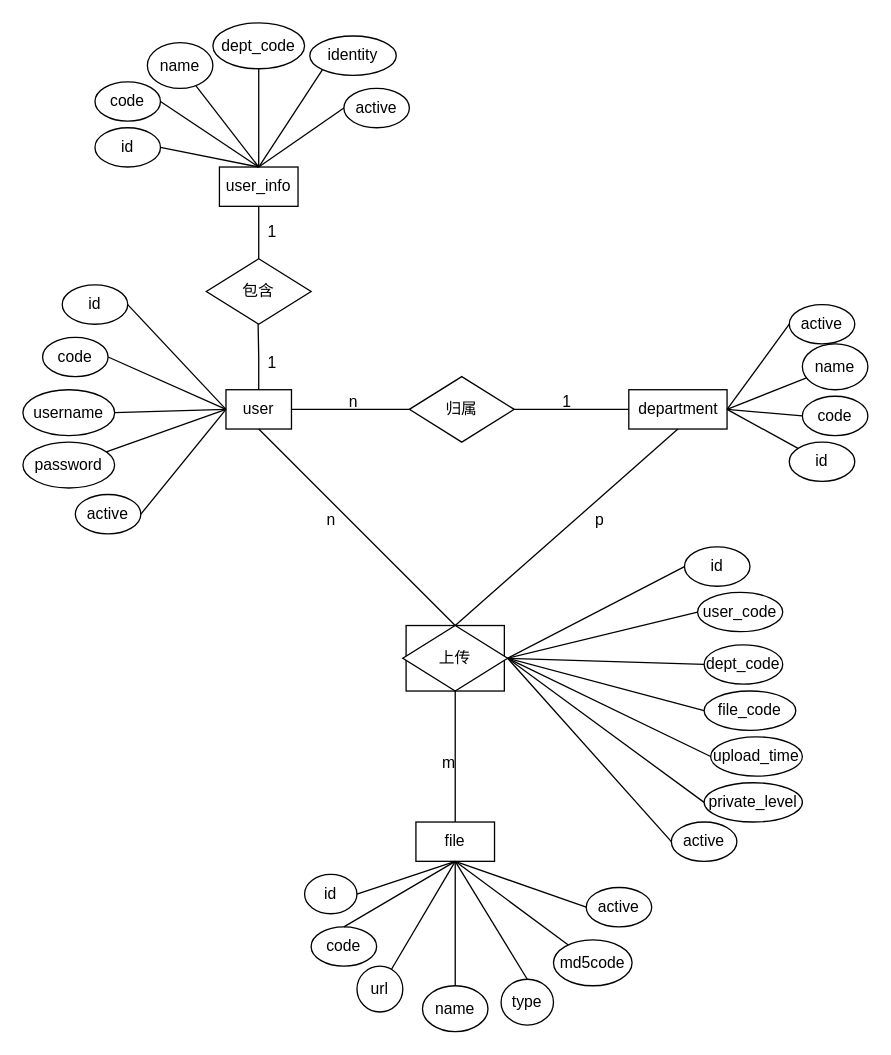
This is er2.drawio from ppp-203/ppp-203, a draw.io file, before an edit. Source tidied: cells renumbered, new cells numbered last; positions are measured from the earlier drawing's top-left corner, leaving out a move shared by most shapes. Both pictures are drawn from the tidied source at 131%, with x=0, y=0 at pixel (22, 22).
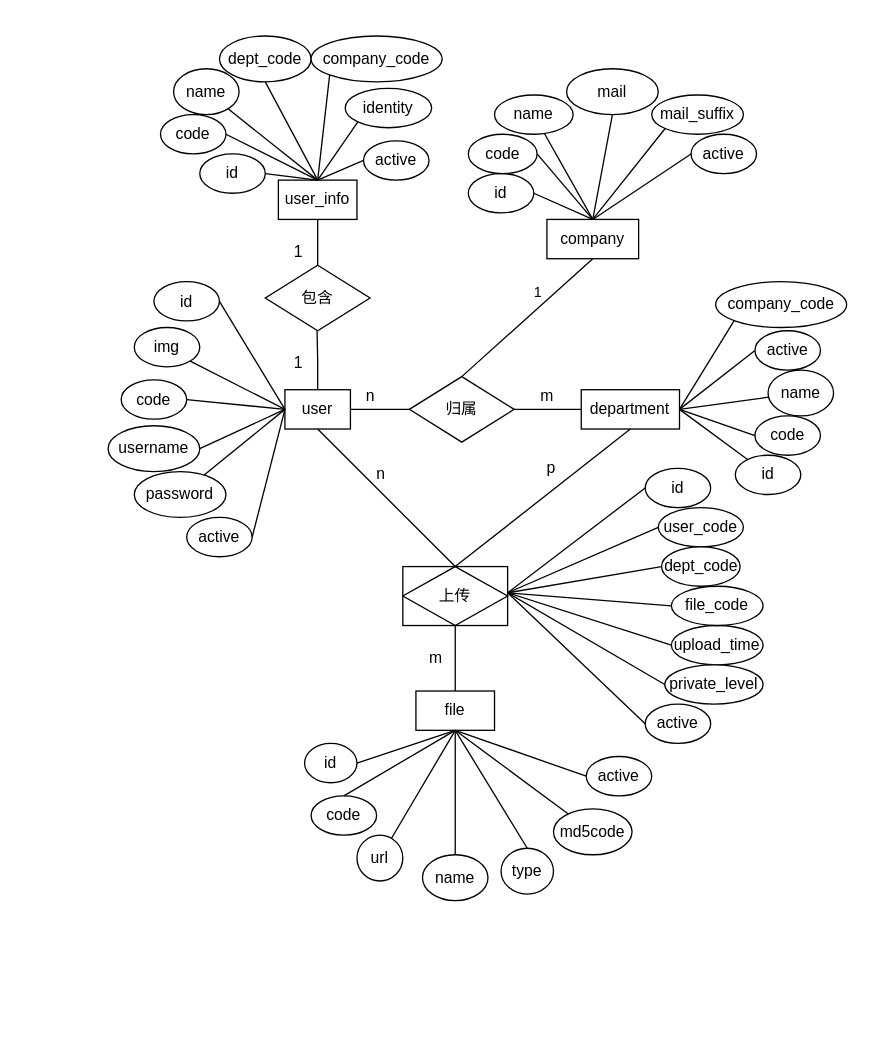
Above is the later version.

Unchanged cells that the change refers to:
```xml
<mxCell id="67" value="归属" style="rhombus;whiteSpace=wrap;html=1;" parent="1" vertex="1">
  <mxGeometry x="295" y="270" width="80" height="50" as="geometry" />
</mxCell>
```

The edit, as a diff of the source:
```diff
@@
     <mxCell id="2" value="user" style="rounded=0;whiteSpace=wrap;html=1;" parent="1" vertex="1">
-      <mxGeometry x="155" y="280" width="50" height="30" as="geometry" />
+      <mxGeometry x="200" y="280" width="50" height="30" as="geometry" />
     </mxCell>
     <mxCell id="3" value="id" style="ellipse;whiteSpace=wrap;html=1;" parent="1" vertex="1">
-      <mxGeometry x="30" y="200" width="50" height="30" as="geometry" />
+      <mxGeometry x="100" y="197.5" width="50" height="30" as="geometry" />
     </mxCell>
     <mxCell id="4" value="code" style="ellipse;whiteSpace=wrap;html=1;" parent="1" vertex="1">
-      <mxGeometry x="15" y="240" width="50" height="30" as="geometry" />
+      <mxGeometry x="75" y="272.5" width="50" height="30" as="geometry" />
     </mxCell>
     <mxCell id="5" value="username" style="ellipse;whiteSpace=wrap;html=1;" parent="1" vertex="1">
-      <mxGeometry y="280" width="70" height="35" as="geometry" />
+      <mxGeometry x="65" y="307.5" width="70" height="35" as="geometry" />
     </mxCell>
     <mxCell id="6" value="password" style="ellipse;whiteSpace=wrap;html=1;" parent="1" vertex="1">
-      <mxGeometry y="320" width="70" height="35" as="geometry" />
+      <mxGeometry x="85" y="342.5" width="70" height="35" as="geometry" />
     </mxCell>
     <mxCell id="7" value="active" style="ellipse;whiteSpace=wrap;html=1;" parent="1" vertex="1">
-      <mxGeometry x="40" y="360" width="50" height="30" as="geometry" />
+      <mxGeometry x="125" y="377.5" width="50" height="30" as="geometry" />
     </mxCell>
@@
     <mxCell id="13" value="user_info" style="rounded=0;whiteSpace=wrap;html=1;" parent="1" vertex="1">
-      <mxGeometry x="150" y="110" width="60" height="30" as="geometry" />
+      <mxGeometry x="195" y="120" width="60" height="30" as="geometry" />
     </mxCell>
     <mxCell id="14" value="id" style="ellipse;whiteSpace=wrap;html=1;" parent="1" vertex="1">
-      <mxGeometry x="55" y="80" width="50" height="30" as="geometry" />
+      <mxGeometry x="135" y="100" width="50" height="30" as="geometry" />
     </mxCell>
     <mxCell id="15" value="code" style="ellipse;whiteSpace=wrap;html=1;" parent="1" vertex="1">
-      <mxGeometry x="55" y="45" width="50" height="30" as="geometry" />
+      <mxGeometry x="105" y="70" width="50" height="30" as="geometry" />
     </mxCell>
     <mxCell id="16" value="name" style="ellipse;whiteSpace=wrap;html=1;" parent="1" vertex="1">
-      <mxGeometry x="95" y="15" width="50" height="35" as="geometry" />
+      <mxGeometry x="115" y="35" width="50" height="35" as="geometry" />
     </mxCell>
     <mxCell id="17" value="identity" style="ellipse;whiteSpace=wrap;html=1;" parent="1" vertex="1">
-      <mxGeometry x="219" y="10" width="66" height="30" as="geometry" />
+      <mxGeometry x="246" y="50" width="66" height="30" as="geometry" />
     </mxCell>
     <mxCell id="18" value="active" style="ellipse;whiteSpace=wrap;html=1;" parent="1" vertex="1">
-      <mxGeometry x="245" y="50" width="50" height="30" as="geometry" />
+      <mxGeometry x="260" y="90" width="50" height="30" as="geometry" />
     </mxCell>
@@
     <mxCell id="24" value="dept_code" style="ellipse;whiteSpace=wrap;html=1;" parent="1" vertex="1">
-      <mxGeometry x="145" width="70" height="35" as="geometry" />
+      <mxGeometry x="150" y="10" width="70" height="35" as="geometry" />
     </mxCell>
@@
     <mxCell id="26" value="department" style="rounded=0;whiteSpace=wrap;html=1;" parent="1" vertex="1">
-      <mxGeometry x="462.5" y="280" width="75" height="30" as="geometry" />
+      <mxGeometry x="426.2" y="280" width="75" height="30" as="geometry" />
     </mxCell>
     <mxCell id="27" value="id" style="ellipse;whiteSpace=wrap;html=1;" parent="1" vertex="1">
-      <mxGeometry x="585" y="320" width="50" height="30" as="geometry" />
+      <mxGeometry x="543.8" y="330" width="50" height="30" as="geometry" />
     </mxCell>
     <mxCell id="28" value="code" style="ellipse;whiteSpace=wrap;html=1;" parent="1" vertex="1">
-      <mxGeometry x="595" y="285" width="50" height="30" as="geometry" />
+      <mxGeometry x="558.8" y="300" width="50" height="30" as="geometry" />
     </mxCell>
     <mxCell id="29" value="name" style="ellipse;whiteSpace=wrap;html=1;" parent="1" vertex="1">
-      <mxGeometry x="595" y="245" width="50" height="35" as="geometry" />
+      <mxGeometry x="568.8" y="265" width="50" height="35" as="geometry" />
     </mxCell>
     <mxCell id="30" value="active" style="ellipse;whiteSpace=wrap;html=1;" parent="1" vertex="1">
-      <mxGeometry x="585" y="215" width="50" height="30" as="geometry" />
+      <mxGeometry x="558.8" y="235" width="50" height="30" as="geometry" />
     </mxCell>
@@
     <mxCell id="35" value="file" style="rounded=0;whiteSpace=wrap;html=1;" parent="1" vertex="1">
-      <mxGeometry x="300" y="610" width="60" height="30" as="geometry" />
+      <mxGeometry x="300" y="510" width="60" height="30" as="geometry" />
     </mxCell>
     <mxCell id="36" value="id" style="ellipse;whiteSpace=wrap;html=1;" parent="1" vertex="1">
-      <mxGeometry x="215" y="650" width="40" height="30" as="geometry" />
+      <mxGeometry x="215" y="550" width="40" height="30" as="geometry" />
     </mxCell>
     <mxCell id="37" value="code" style="ellipse;whiteSpace=wrap;html=1;" parent="1" vertex="1">
-      <mxGeometry x="220" y="690" width="50" height="30" as="geometry" />
+      <mxGeometry x="220" y="590" width="50" height="30" as="geometry" />
     </mxCell>
     <mxCell id="38" value="url" style="ellipse;whiteSpace=wrap;html=1;" parent="1" vertex="1">
-      <mxGeometry x="255" y="720" width="35" height="35" as="geometry" />
+      <mxGeometry x="255" y="620" width="35" height="35" as="geometry" />
     </mxCell>
     <mxCell id="39" value="type" style="ellipse;whiteSpace=wrap;html=1;" parent="1" vertex="1">
-      <mxGeometry x="365" y="730" width="40" height="35" as="geometry" />
+      <mxGeometry x="365" y="630" width="40" height="35" as="geometry" />
     </mxCell>
     <mxCell id="40" value="active" style="ellipse;whiteSpace=wrap;html=1;" parent="1" vertex="1">
-      <mxGeometry x="430" y="660" width="50" height="30" as="geometry" />
+      <mxGeometry x="430" y="560" width="50" height="30" as="geometry" />
     </mxCell>
@@
     <mxCell id="46" value="name" style="ellipse;whiteSpace=wrap;html=1;" parent="1" vertex="1">
-      <mxGeometry x="305" y="735" width="50" height="35" as="geometry" />
+      <mxGeometry x="305" y="635" width="50" height="35" as="geometry" />
     </mxCell>
@@
     <mxCell id="48" value="md5code" style="ellipse;whiteSpace=wrap;html=1;" parent="1" vertex="1">
-      <mxGeometry x="405" y="700" width="60" height="35" as="geometry" />
+      <mxGeometry x="405" y="600" width="60" height="35" as="geometry" />
     </mxCell>
@@
     <mxCell id="50" value="id" style="ellipse;whiteSpace=wrap;html=1;" parent="1" vertex="1">
-      <mxGeometry x="505" y="400" width="50" height="30" as="geometry" />
+      <mxGeometry x="475" y="340" width="50" height="30" as="geometry" />
     </mxCell>
     <mxCell id="51" value="user_code" style="ellipse;whiteSpace=wrap;html=1;" parent="1" vertex="1">
-      <mxGeometry x="515" y="434.7" width="65" height="30" as="geometry" />
+      <mxGeometry x="485" y="370" width="65" height="30" as="geometry" />
     </mxCell>
     <mxCell id="52" value="dept_code" style="ellipse;whiteSpace=wrap;html=1;" parent="1" vertex="1">
-      <mxGeometry x="520" y="474.7" width="60" height="30" as="geometry" />
+      <mxGeometry x="487.5" y="400" width="60" height="30" as="geometry" />
     </mxCell>
     <mxCell id="53" value="upload_time" style="ellipse;whiteSpace=wrap;html=1;" parent="1" vertex="1">
-      <mxGeometry x="525" y="545" width="70" height="30" as="geometry" />
+      <mxGeometry x="495" y="460" width="70" height="30" as="geometry" />
     </mxCell>
     <mxCell id="54" value="active" style="ellipse;whiteSpace=wrap;html=1;" parent="1" vertex="1">
-      <mxGeometry x="495" y="610" width="50" height="30" as="geometry" />
+      <mxGeometry x="475" y="520" width="50" height="30" as="geometry" />
     </mxCell>
-    <mxCell id="55" style="endArrow=none;html=1;rounded=0;entryX=1;entryY=0.5;entryDx=0;entryDy=0;exitX=0;exitY=0.5;exitDx=0;exitDy=0;" parent="1" edge="1" source="50" target="69">
-      <mxGeometry relative="1" as="geometry" />
+    <mxCell id="55" style="endArrow=none;html=1;rounded=0;entryX=1;entryY=0.5;entryDx=0;entryDy=0;exitX=0;exitY=0.5;exitDx=0;exitDy=0;" parent="1" edge="1" source="50">
+      <mxGeometry relative="1" as="geometry">
+        <mxPoint x="370" y="435" as="targetPoint" />
+      </mxGeometry>
     </mxCell>
-    <mxCell id="56" style="endArrow=none;html=1;rounded=0;exitX=0;exitY=0.5;exitDx=0;exitDy=0;entryX=1;entryY=0.5;entryDx=0;entryDy=0;" parent="1" edge="1" source="51" target="69">
-      <mxGeometry relative="1" as="geometry" />
+    <mxCell id="56" style="endArrow=none;html=1;rounded=0;exitX=0;exitY=0.5;exitDx=0;exitDy=0;entryX=1;entryY=0.5;entryDx=0;entryDy=0;" parent="1" edge="1" source="51">
+      <mxGeometry relative="1" as="geometry">
+        <mxPoint x="370" y="435" as="targetPoint" />
+      </mxGeometry>
     </mxCell>
-    <mxCell id="57" style="endArrow=none;html=1;rounded=0;entryX=1;entryY=0.5;entryDx=0;entryDy=0;exitX=0;exitY=0.5;exitDx=0;exitDy=0;" parent="1" edge="1" source="52" target="69">
-      <mxGeometry relative="1" as="geometry" />
+    <mxCell id="57" style="endArrow=none;html=1;rounded=0;entryX=1;entryY=0.5;entryDx=0;entryDy=0;exitX=0;exitY=0.5;exitDx=0;exitDy=0;" parent="1" edge="1" source="52">
+      <mxGeometry relative="1" as="geometry">
+        <mxPoint x="370" y="435" as="targetPoint" />
+      </mxGeometry>
     </mxCell>
-    <mxCell id="58" style="endArrow=none;html=1;rounded=0;exitX=0;exitY=0.5;exitDx=0;exitDy=0;entryX=1;entryY=0.5;entryDx=0;entryDy=0;" parent="1" edge="1" source="53" target="69">
-      <mxGeometry relative="1" as="geometry" />
+    <mxCell id="58" style="endArrow=none;html=1;rounded=0;exitX=0;exitY=0.5;exitDx=0;exitDy=0;entryX=1;entryY=0.5;entryDx=0;entryDy=0;" parent="1" edge="1" source="53">
+      <mxGeometry relative="1" as="geometry">
+        <mxPoint x="370" y="435" as="targetPoint" />
+      </mxGeometry>
     </mxCell>
-    <mxCell id="59" style="endArrow=none;html=1;rounded=0;exitX=0;exitY=0.5;exitDx=0;exitDy=0;entryX=1;entryY=0.5;entryDx=0;entryDy=0;" parent="1" edge="1" source="54" target="69">
-      <mxGeometry relative="1" as="geometry" />
+    <mxCell id="59" style="endArrow=none;html=1;rounded=0;exitX=0;exitY=0.5;exitDx=0;exitDy=0;entryX=1;entryY=0.5;entryDx=0;entryDy=0;" parent="1" edge="1" source="54">
+      <mxGeometry relative="1" as="geometry">
+        <mxPoint x="370" y="435" as="targetPoint" />
+      </mxGeometry>
     </mxCell>
     <mxCell id="60" value="file_code" style="ellipse;whiteSpace=wrap;html=1;" parent="1" vertex="1">
-      <mxGeometry x="520" y="510" width="70" height="30" as="geometry" />
+      <mxGeometry x="495" y="430" width="70" height="30" as="geometry" />
     </mxCell>
-    <mxCell id="61" style="endArrow=none;html=1;rounded=0;exitX=0;exitY=0.5;exitDx=0;exitDy=0;entryX=1;entryY=0.5;entryDx=0;entryDy=0;" parent="1" edge="1" source="60" target="69">
-      <mxGeometry relative="1" as="geometry" />
+    <mxCell id="61" style="endArrow=none;html=1;rounded=0;exitX=0;exitY=0.5;exitDx=0;exitDy=0;entryX=1;entryY=0.5;entryDx=0;entryDy=0;" parent="1" edge="1" source="60">
+      <mxGeometry relative="1" as="geometry">
+        <mxPoint x="370" y="435" as="targetPoint" />
+      </mxGeometry>
     </mxCell>
     <mxCell id="62" value="private_level" style="ellipse;whiteSpace=wrap;html=1;" parent="1" vertex="1">
-      <mxGeometry x="520" y="580" width="75" height="30" as="geometry" />
+      <mxGeometry x="490" y="490" width="75" height="30" as="geometry" />
     </mxCell>
-    <mxCell id="63" style="endArrow=none;html=1;rounded=0;exitX=0;exitY=0.5;exitDx=0;exitDy=0;entryX=1;entryY=0.5;entryDx=0;entryDy=0;" parent="1" edge="1" source="62" target="69">
-      <mxGeometry relative="1" as="geometry" />
+    <mxCell id="63" style="endArrow=none;html=1;rounded=0;exitX=0;exitY=0.5;exitDx=0;exitDy=0;entryX=1;entryY=0.5;entryDx=0;entryDy=0;" parent="1" edge="1" source="62">
+      <mxGeometry relative="1" as="geometry">
+        <mxPoint x="370" y="435" as="targetPoint" />
+      </mxGeometry>
     </mxCell>
     <mxCell id="64" value="包含" style="rhombus;whiteSpace=wrap;html=1;" parent="1" vertex="1">
-      <mxGeometry x="140" y="180" width="80" height="50" as="geometry" />
+      <mxGeometry x="185" y="185" width="80" height="50" as="geometry" />
     </mxCell>
@@
-    <mxCell id="68" style="rounded=0;whiteSpace=wrap;html=1;" parent="1" vertex="1">
-      <mxGeometry x="292.5" y="460" width="75" height="50" as="geometry" />
-    </mxCell>
-    <mxCell id="69" value="上传" style="rhombus;whiteSpace=wrap;html=1;" parent="1" vertex="1">
-      <mxGeometry x="290" y="460" width="80" height="50" as="geometry" />
-    </mxCell>
@@
     <mxCell id="72" value="1" style="text;html=1;align=center;verticalAlign=middle;strokeColor=none;fillColor=none;" parent="1" vertex="1">
-      <mxGeometry x="180" y="250" width="20" height="20" as="geometry" />
+      <mxGeometry x="200" y="250" width="20" height="20" as="geometry" />
     </mxCell>
     <mxCell id="73" value="1" style="text;html=1;align=center;verticalAlign=middle;strokeColor=none;fillColor=none;" parent="1" vertex="1">
-      <mxGeometry x="180" y="150" width="20" height="20" as="geometry" />
+      <mxGeometry x="200" y="165" width="20" height="20" as="geometry" />
     </mxCell>
-    <mxCell id="74" value="1" style="text;html=1;align=center;verticalAlign=middle;strokeColor=none;fillColor=none;" parent="1" vertex="1">
-      <mxGeometry x="405" y="280" width="20" height="20" as="geometry" />
+    <mxCell id="74" value="m" style="text;html=1;align=center;verticalAlign=middle;strokeColor=none;fillColor=none;" parent="1" vertex="1">
+      <mxGeometry x="385" y="275" width="30" height="20" as="geometry" />
     </mxCell>
     <mxCell id="75" value="n" style="text;html=1;align=center;verticalAlign=middle;strokeColor=none;fillColor=none;" parent="1" vertex="1">
-      <mxGeometry x="242" y="280" width="20" height="20" as="geometry" />
+      <mxGeometry x="255" y="275" width="20" height="20" as="geometry" />
     </mxCell>
-    <mxCell id="76" style="endArrow=none;html=1;rounded=0;exitX=0.5;exitY=1;exitDx=0;exitDy=0;entryX=0.5;entryY=0;entryDx=0;entryDy=0;" parent="1" edge="1" source="69" target="35">
-      <mxGeometry relative="1" as="geometry" />
-    </mxCell>
@@
     <mxCell id="79" value="n" style="text;html=1;align=center;verticalAlign=middle;strokeColor=none;fillColor=none;" parent="1" vertex="1">
-      <mxGeometry x="225" y="370" width="20" height="20" as="geometry" />
+      <mxGeometry x="262.5" y="335" width="20" height="20" as="geometry" />
     </mxCell>
     <mxCell id="80" value="p" style="text;html=1;align=center;verticalAlign=middle;strokeColor=none;fillColor=none;" parent="1" vertex="1">
-      <mxGeometry x="430" y="370" width="20" height="20" as="geometry" />
+      <mxGeometry x="392.5" y="330" width="20" height="20" as="geometry" />
     </mxCell>
     <mxCell id="81" value="m" style="text;html=1;align=center;verticalAlign=middle;strokeColor=none;fillColor=none;" parent="1" vertex="1">
-      <mxGeometry x="310" y="555" width="30" height="20" as="geometry" />
+      <mxGeometry x="300" y="475" width="30" height="20" as="geometry" />
     </mxCell>
+    <mxCell id="82" value="company_code" style="ellipse;whiteSpace=wrap;html=1;" parent="1" vertex="1">
+      <mxGeometry x="220" y="10" width="100" height="35" as="geometry" />
+    </mxCell>
+    <mxCell id="83" style="endArrow=none;html=1;rounded=0;exitX=0;exitY=1;exitDx=0;exitDy=0;entryX=0.5;entryY=0;entryDx=0;entryDy=0;" parent="1" edge="1" source="82" target="13">
+      <mxGeometry relative="1" as="geometry" />
+    </mxCell>
+    <mxCell id="84" value="company_code" style="ellipse;whiteSpace=wrap;html=1;" parent="1" vertex="1">
+      <mxGeometry x="528.8" y="197.5" width="100" height="35" as="geometry" />
+    </mxCell>
+    <mxCell id="85" style="endArrow=none;html=1;rounded=0;exitX=0;exitY=1;exitDx=0;exitDy=0;entryX=1;entryY=0.5;entryDx=0;entryDy=0;" parent="1" edge="1" source="84" target="26">
+      <mxGeometry relative="1" as="geometry" />
+    </mxCell>
+    <mxCell id="86" value="img" style="ellipse;whiteSpace=wrap;html=1;" parent="1" vertex="1">
+      <mxGeometry x="85" y="232.5" width="50" height="30" as="geometry" />
+    </mxCell>
+    <mxCell id="87" style="endArrow=none;html=1;rounded=0;entryX=0;entryY=0.5;entryDx=0;entryDy=0;exitX=1;exitY=1;exitDx=0;exitDy=0;" parent="1" edge="1" source="86" target="2">
+      <mxGeometry relative="1" as="geometry" />
+    </mxCell>
+    <mxCell id="88" value="company" style="rounded=0;whiteSpace=wrap;html=1;" parent="1" vertex="1">
+      <mxGeometry x="400" y="150" width="70" height="30" as="geometry" />
+    </mxCell>
+    <mxCell id="89" value="id" style="ellipse;whiteSpace=wrap;html=1;" parent="1" vertex="1">
+      <mxGeometry x="340" y="115" width="50" height="30" as="geometry" />
+    </mxCell>
+    <mxCell id="90" value="code" style="ellipse;whiteSpace=wrap;html=1;" parent="1" vertex="1">
+      <mxGeometry x="340" y="85" width="52.5" height="30" as="geometry" />
+    </mxCell>
+    <mxCell id="91" value="name" style="ellipse;whiteSpace=wrap;html=1;" parent="1" vertex="1">
+      <mxGeometry x="360" y="55" width="60" height="30" as="geometry" />
+    </mxCell>
+    <mxCell id="92" value="mail_suffix" style="ellipse;whiteSpace=wrap;html=1;" parent="1" vertex="1">
+      <mxGeometry x="480" y="55" width="70" height="30" as="geometry" />
+    </mxCell>
+    <mxCell id="93" value="active" style="ellipse;whiteSpace=wrap;html=1;" parent="1" vertex="1">
+      <mxGeometry x="510" y="85" width="50" height="30" as="geometry" />
+    </mxCell>
+    <mxCell id="94" style="endArrow=none;html=1;rounded=0;exitX=1;exitY=0.5;exitDx=0;exitDy=0;entryX=0.5;entryY=0;entryDx=0;entryDy=0;" parent="1" edge="1" source="89" target="88">
+      <mxGeometry relative="1" as="geometry" />
+    </mxCell>
+    <mxCell id="95" style="endArrow=none;html=1;rounded=0;entryX=0.5;entryY=0;entryDx=0;entryDy=0;exitX=1;exitY=0.5;exitDx=0;exitDy=0;" parent="1" edge="1" source="90" target="88">
+      <mxGeometry relative="1" as="geometry" />
+    </mxCell>
+    <mxCell id="96" style="endArrow=none;html=1;rounded=0;entryX=0.5;entryY=0;entryDx=0;entryDy=0;" parent="1" edge="1" source="91" target="88">
+      <mxGeometry relative="1" as="geometry" />
+    </mxCell>
+    <mxCell id="97" style="endArrow=none;html=1;rounded=0;exitX=0;exitY=1;exitDx=0;exitDy=0;entryX=0.5;entryY=0;entryDx=0;entryDy=0;" parent="1" edge="1" source="92" target="88">
+      <mxGeometry relative="1" as="geometry" />
+    </mxCell>
+    <mxCell id="98" style="endArrow=none;html=1;rounded=0;exitX=0;exitY=0.5;exitDx=0;exitDy=0;entryX=0.5;entryY=0;entryDx=0;entryDy=0;" parent="1" edge="1" source="93" target="88">
+      <mxGeometry relative="1" as="geometry" />
+    </mxCell>
+    <mxCell id="99" value="mail" style="ellipse;whiteSpace=wrap;html=1;" parent="1" vertex="1">
+      <mxGeometry x="415" y="35" width="70" height="35" as="geometry" />
+    </mxCell>
+    <mxCell id="100" style="endArrow=none;html=1;rounded=0;exitX=0.5;exitY=1;exitDx=0;exitDy=0;entryX=0.5;entryY=0;entryDx=0;entryDy=0;" parent="1" edge="1" source="99" target="88">
+      <mxGeometry relative="1" as="geometry" />
+    </mxCell>
+    <mxCell id="101" style="endArrow=none;html=1;rounded=0;exitX=0.5;exitY=0;exitDx=0;exitDy=0;entryX=0.5;entryY=1;entryDx=0;entryDy=0;" parent="1" edge="1" source="67" target="88">
+      <mxGeometry relative="1" as="geometry" />
+    </mxCell>
+    <mxCell id="102" value="1" style="edgeLabel;html=1;align=center;verticalAlign=middle;" parent="101" vertex="1">
+      <mxGeometry x="0.21" y="1" relative="1" as="geometry">
+        <mxPoint x="-2" y="-10" as="offset" />
+      </mxGeometry>
+    </mxCell>
+    <mxCell id="69" value="上传" style="shape=associativeEntity;whiteSpace=wrap;html=1;align=center;" parent="1" vertex="1">
+      <mxGeometry x="290" y="415" width="80" height="45" as="geometry" />
+    </mxCell>
+    <mxCell id="76" style="endArrow=none;html=1;rounded=0;exitX=0.5;exitY=1;exitDx=0;exitDy=0;entryX=0.5;entryY=0;entryDx=0;entryDy=0;" parent="1" edge="1" source="69" target="35">
+      <mxGeometry relative="1" as="geometry" />
+    </mxCell>
```
